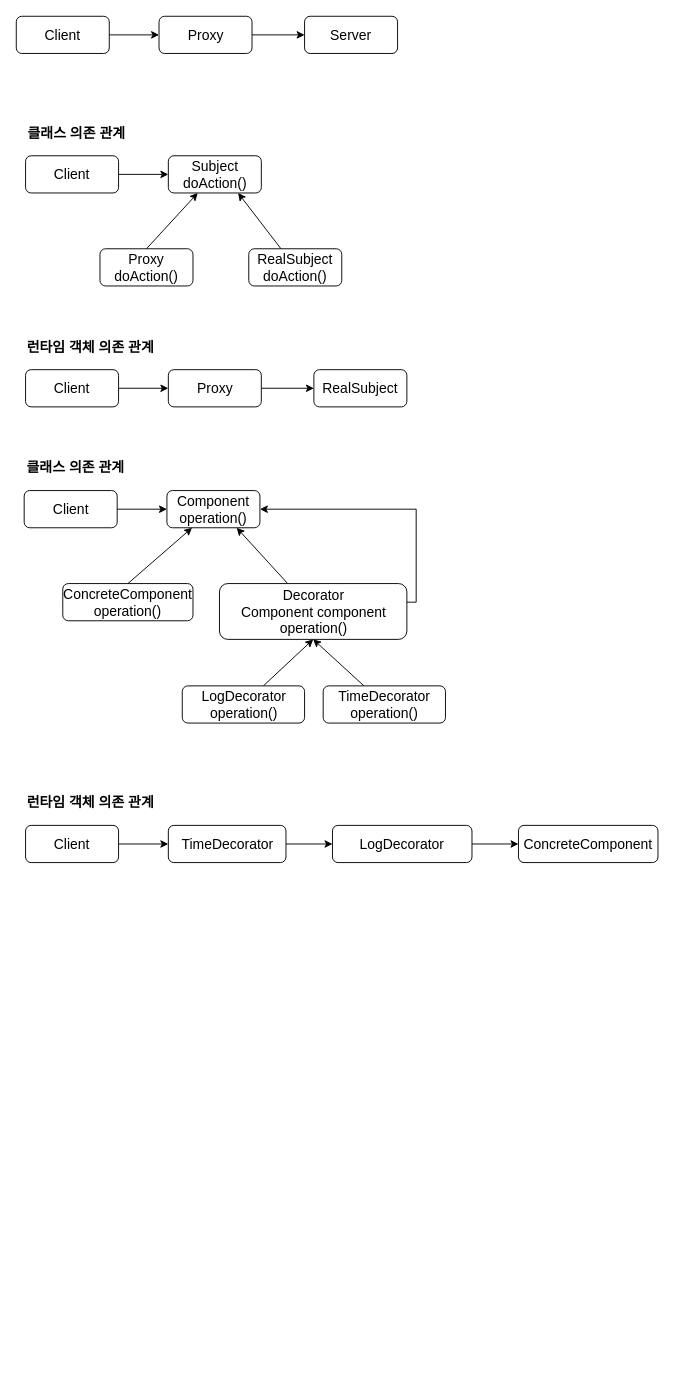
This is proxy.drawio from corns90/drawio, a draw.io file, before an edit. Source tidied: cells renumbered, new cells numbered last; positions are measured from the earlier drawing's top-left corner, leaving out a move shared by most shapes. Both pictures are drawn from the tidied source at 93%, with x=0, y=0 at pixel (16, 16).
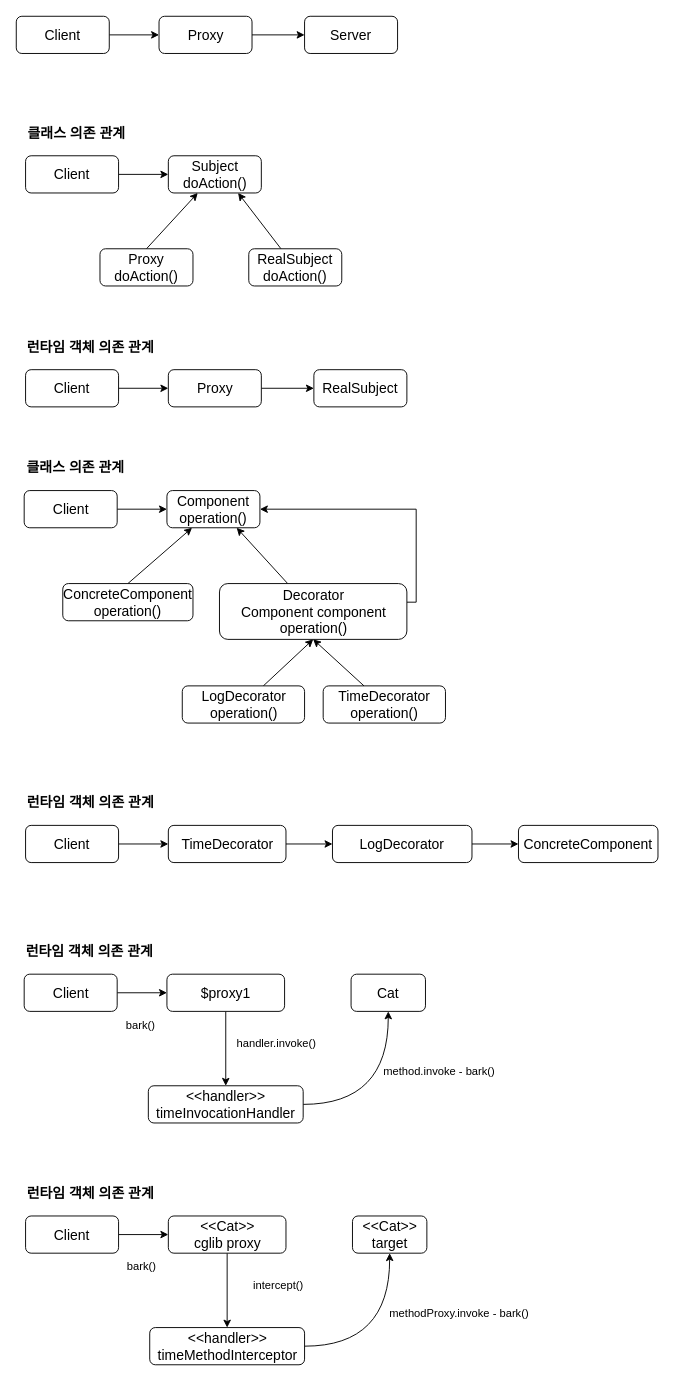
The same page after the edit.

The edit, as a diff of the source:
```diff
@@
+    <mxCell id="42" style="edgeStyle=orthogonalEdgeStyle;rounded=0;jettySize=auto;html=1;entryX=0;entryY=0.5;entryDx=0;entryDy=0;fontSize=15;" parent="1" edge="1" source="43" target="45">
+      <mxGeometry relative="1" as="geometry" />
+    </mxCell>
+    <mxCell id="43" value="&lt;font style=&quot;font-size: 15px;&quot;&gt;Client&lt;/font&gt;" style="rounded=1;whiteSpace=wrap;html=1;" parent="1" vertex="1">
+      <mxGeometry x="8.5" y="1030" width="100" height="40" as="geometry" />
+    </mxCell>
+    <mxCell id="44" style="rounded=0;jettySize=auto;html=1;fontSize=15;" parent="1" edge="1" source="45" target="47">
+      <mxGeometry relative="1" as="geometry" />
+    </mxCell>
+    <mxCell id="45" value="&lt;font style=&quot;font-size: 15px;&quot;&gt;$proxy1&lt;/font&gt;" style="rounded=1;whiteSpace=wrap;html=1;" parent="1" vertex="1">
+      <mxGeometry x="162" y="1030" width="126.5" height="40" as="geometry" />
+    </mxCell>
+    <mxCell id="46" style="edgeStyle=orthogonalEdgeStyle;rounded=0;jettySize=auto;html=1;curved=1;" parent="1" edge="1" source="47" target="49">
+      <mxGeometry relative="1" as="geometry" />
+    </mxCell>
+    <mxCell id="47" value="&lt;font style=&quot;font-size: 15px;&quot;&gt;&amp;lt;&amp;lt;handler&amp;gt;&amp;gt;&lt;br&gt;timeInvocationHandler&lt;br&gt;&lt;/font&gt;" style="rounded=1;whiteSpace=wrap;html=1;" parent="1" vertex="1">
+      <mxGeometry x="142" y="1150" width="166.5" height="40" as="geometry" />
+    </mxCell>
+    <mxCell id="48" value="&lt;b&gt;런타임 객체 의존 관계&lt;/b&gt;" style="text;html=1;strokeColor=none;fillColor=none;align=center;verticalAlign=middle;whiteSpace=wrap;rounded=0;fontSize=15;" parent="1" vertex="1">
+      <mxGeometry x="8.5" y="990" width="140" height="30" as="geometry" />
+    </mxCell>
+    <mxCell id="49" value="&lt;font style=&quot;font-size: 15px;&quot;&gt;Cat&lt;/font&gt;" style="rounded=1;whiteSpace=wrap;html=1;" parent="1" vertex="1">
+      <mxGeometry x="360" y="1030" width="80" height="40" as="geometry" />
+    </mxCell>
+    <mxCell id="50" value="bark()" style="text;html=1;strokeColor=none;fillColor=none;align=center;verticalAlign=middle;whiteSpace=wrap;rounded=0;" parent="1" vertex="1">
+      <mxGeometry x="103.5" y="1070" width="60" height="30" as="geometry" />
+    </mxCell>
+    <mxCell id="51" value="handler.invoke()" style="text;html=1;strokeColor=none;fillColor=none;align=center;verticalAlign=middle;whiteSpace=wrap;rounded=0;" parent="1" vertex="1">
+      <mxGeometry x="250" y="1090" width="60" height="30" as="geometry" />
+    </mxCell>
+    <mxCell id="52" value="method.invoke - bark()" style="text;html=1;strokeColor=none;fillColor=none;align=center;verticalAlign=middle;whiteSpace=wrap;rounded=0;" parent="1" vertex="1">
+      <mxGeometry x="390" y="1120" width="130" height="30" as="geometry" />
+    </mxCell>
+    <mxCell id="53" style="edgeStyle=orthogonalEdgeStyle;rounded=0;jettySize=auto;html=1;entryX=0;entryY=0.5;entryDx=0;entryDy=0;fontSize=15;" parent="1" edge="1" source="54" target="56">
+      <mxGeometry relative="1" as="geometry" />
+    </mxCell>
+    <mxCell id="54" value="&lt;font style=&quot;font-size: 15px;&quot;&gt;Client&lt;/font&gt;" style="rounded=1;whiteSpace=wrap;html=1;" parent="1" vertex="1">
+      <mxGeometry x="10" y="1290" width="100" height="40" as="geometry" />
+    </mxCell>
+    <mxCell id="55" style="rounded=0;jettySize=auto;html=1;fontSize=15;" parent="1" edge="1" source="56" target="58">
+      <mxGeometry relative="1" as="geometry" />
+    </mxCell>
+    <mxCell id="56" value="&lt;font style=&quot;font-size: 15px;&quot;&gt;&amp;lt;&amp;lt;Cat&amp;gt;&amp;gt;&lt;br&gt;cglib proxy&lt;br&gt;&lt;/font&gt;" style="rounded=1;whiteSpace=wrap;html=1;" parent="1" vertex="1">
+      <mxGeometry x="163.5" y="1290" width="126.5" height="40" as="geometry" />
+    </mxCell>
+    <mxCell id="57" style="edgeStyle=orthogonalEdgeStyle;rounded=0;jettySize=auto;html=1;curved=1;" parent="1" edge="1" source="58" target="60">
+      <mxGeometry relative="1" as="geometry" />
+    </mxCell>
+    <mxCell id="58" value="&lt;font style=&quot;font-size: 15px;&quot;&gt;&amp;lt;&amp;lt;handler&amp;gt;&amp;gt;&lt;br&gt;timeMethodInterceptor&lt;br&gt;&lt;/font&gt;" style="rounded=1;whiteSpace=wrap;html=1;" parent="1" vertex="1">
+      <mxGeometry x="143.5" y="1410" width="166.5" height="40" as="geometry" />
+    </mxCell>
+    <mxCell id="59" value="&lt;b&gt;런타임 객체 의존 관계&lt;/b&gt;" style="text;html=1;strokeColor=none;fillColor=none;align=center;verticalAlign=middle;whiteSpace=wrap;rounded=0;fontSize=15;" parent="1" vertex="1">
+      <mxGeometry x="10" y="1250" width="140" height="30" as="geometry" />
+    </mxCell>
+    <mxCell id="60" value="&lt;font style=&quot;font-size: 15px;&quot;&gt;&amp;lt;&amp;lt;Cat&amp;gt;&amp;gt;&lt;br&gt;target&lt;br&gt;&lt;/font&gt;" style="rounded=1;whiteSpace=wrap;html=1;" parent="1" vertex="1">
+      <mxGeometry x="361.5" y="1290" width="80" height="40" as="geometry" />
+    </mxCell>
+    <mxCell id="61" value="bark()" style="text;html=1;strokeColor=none;fillColor=none;align=center;verticalAlign=middle;whiteSpace=wrap;rounded=0;" parent="1" vertex="1">
+      <mxGeometry x="105" y="1330" width="60" height="30" as="geometry" />
+    </mxCell>
+    <mxCell id="62" value="intercept()" style="text;html=1;strokeColor=none;fillColor=none;align=center;verticalAlign=middle;whiteSpace=wrap;rounded=0;" parent="1" vertex="1">
+      <mxGeometry x="251.5" y="1350" width="60" height="30" as="geometry" />
+    </mxCell>
+    <mxCell id="63" value="methodProxy.invoke - bark()" style="text;html=1;strokeColor=none;fillColor=none;align=center;verticalAlign=middle;whiteSpace=wrap;rounded=0;" parent="1" vertex="1">
+      <mxGeometry x="391.5" y="1380" width="168.5" height="30" as="geometry" />
+    </mxCell>
```
